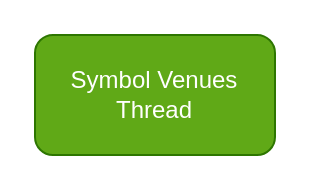
Above: page "DATA LIBRARIAN" (2 of 2) of 11 LIGHTNING DOCUMENTATION & PROPOSAL/DOCUMENTATION & DESIGHN DIAGRAMS/DATAFLOW Diagram - Market Data PipeLine.drawio in STANLEYKINYUA/LIGHTNING (draw.io), before the change. Source tidied: cells renumbered, new cells numbered last; positions are measured from the earlier drawing's top-left corner, leaving out a move shared by most shapes. Both pictures are drawn from the tidied source at 200%, with x=0, y=0 at pixel (34, 34).
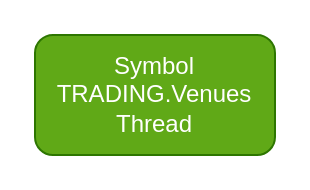
Above is the later version.

Change to the diagram source:
```diff
@@
 <mxGraphModel>
   <root>
     <mxCell id="0" />
     <mxCell id="1" parent="0" />
-    <mxCell id="2" value="Symbol Venues Thread" style="rounded=1;whiteSpace=wrap;html=1;fillColor=#60a917;fontColor=#ffffff;strokeColor=#2D7600;" parent="1" vertex="1">
+    <mxCell id="2" value="Symbol TRADING.Venues Thread" style="rounded=1;whiteSpace=wrap;html=1;fillColor=#60a917;fontColor=#ffffff;strokeColor=#2D7600;" parent="1" vertex="1">
       <mxGeometry width="120" height="60" as="geometry" />
     </mxCell>
   </root>
 </mxGraphModel>
```
